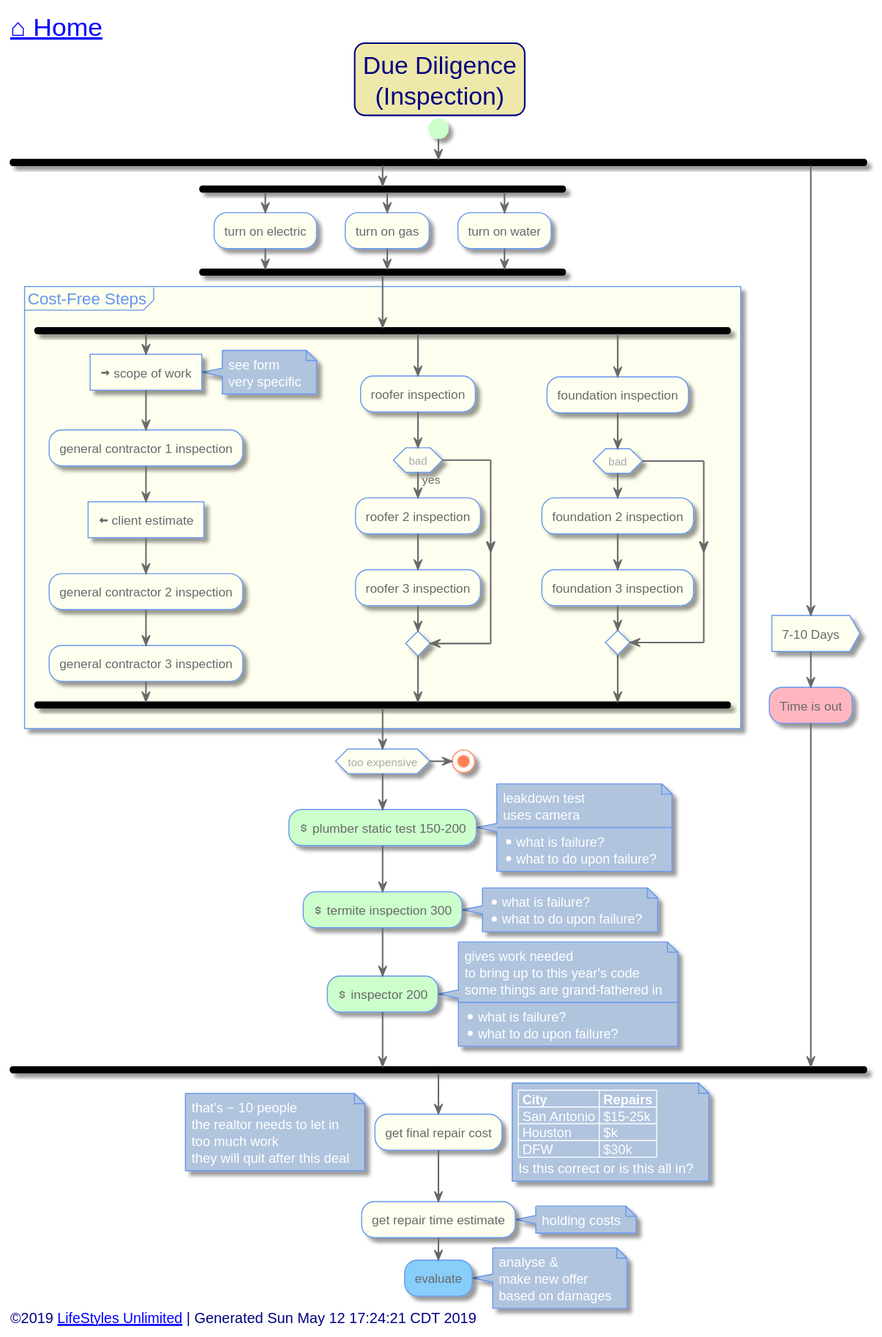
Earlier version of the PlantUML export out/src/single-family/due-diligence.svg (toddmo/lifestylesunlimited).
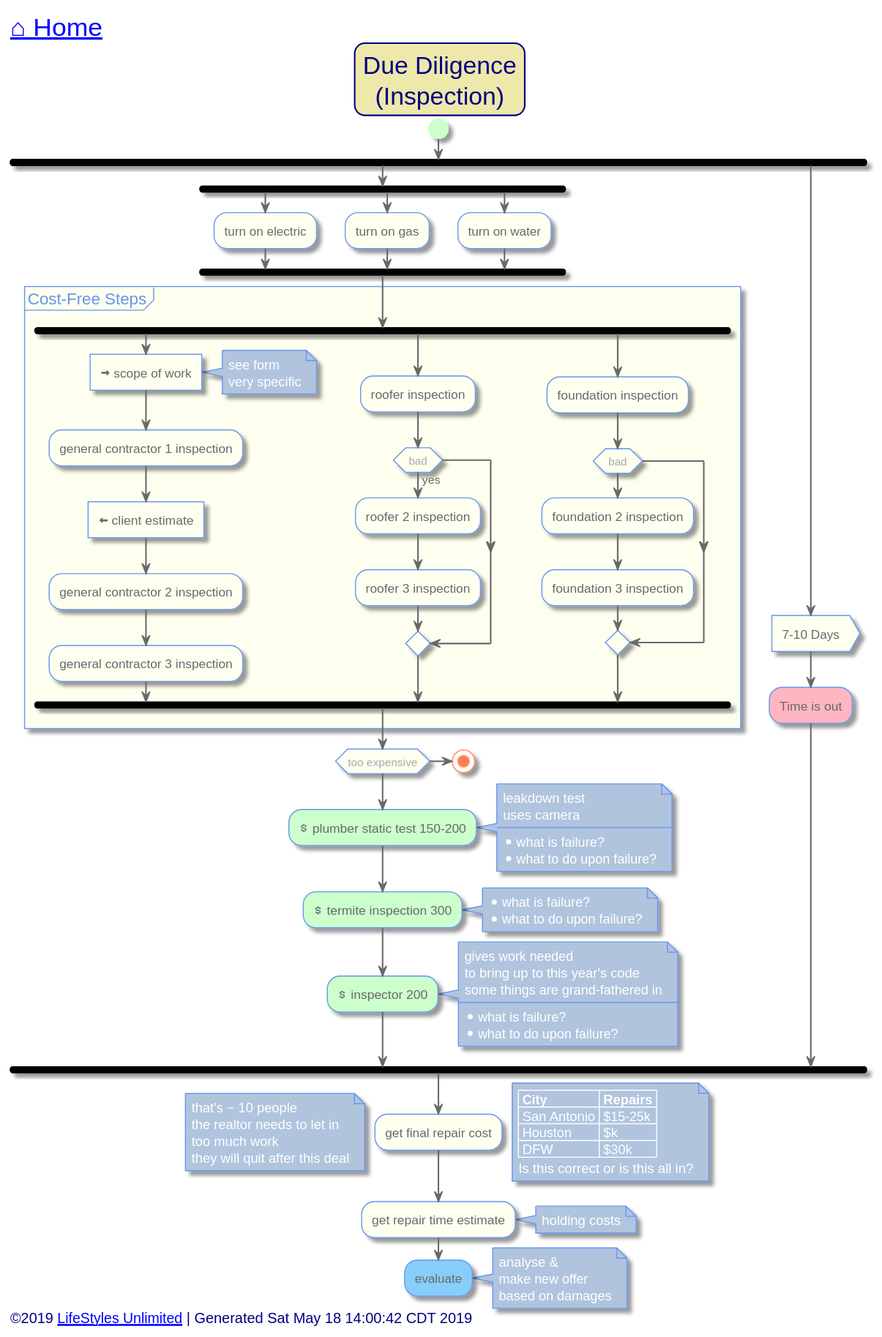
After the change.

The edit, as a diff of the source:
```diff
@@ -175,7 +175,7 @@
 
 
 left footer
-	<font size=14>©2019 [[http://www.lifestylesunlimited.com LifeStyles Unlimited]] | Generated Sun May 12 17:24:21 CDT 2019</font>
+	<font size=14>©2019 [[http://www.lifestylesunlimited.com LifeStyles Unlimited]] | Generated Sat May 18 14:00:42 CDT 2019</font>
 endfooter
 
 
```
